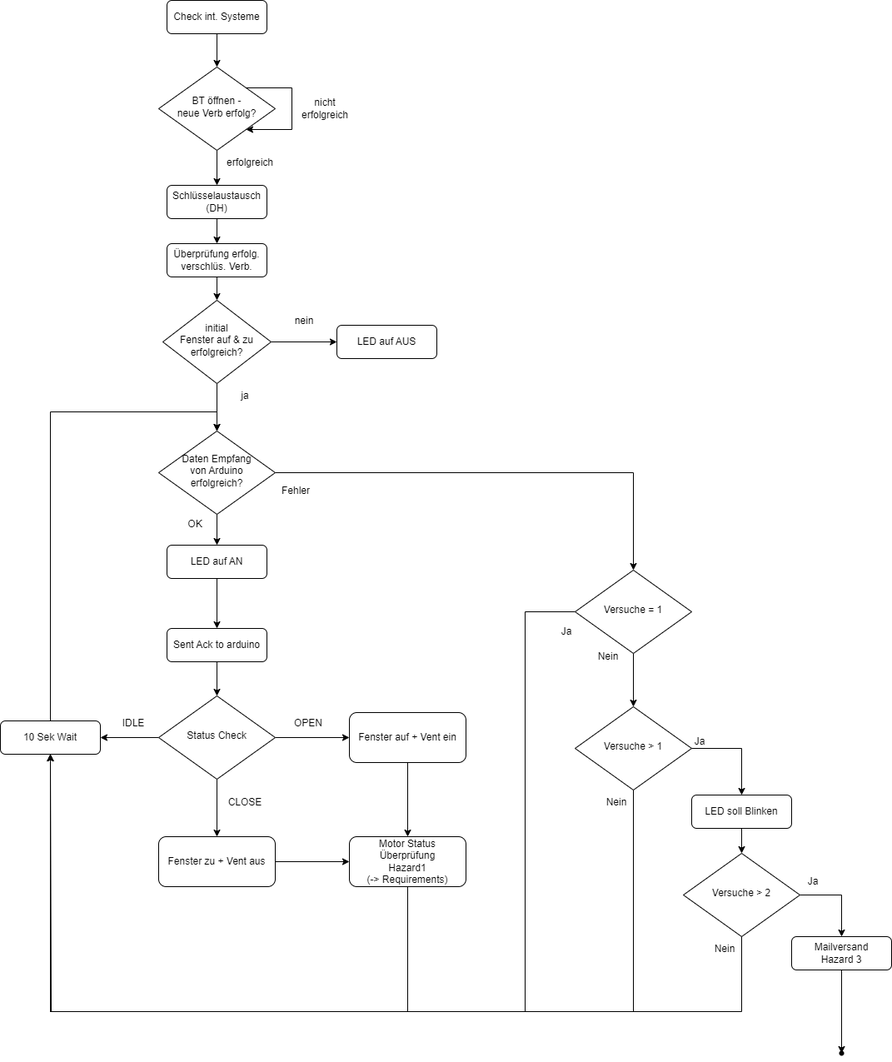
apg1034/RoomVentilation keeps this draw.io diagram as IDP_Designdokument/images/ablaufdiag_pi.drawio.png. Above is the earlier version. Source tidied: cells renumbered, new cells last; positions are measured from the earlier drawing's top-left corner, leaving out a move shared by most shapes.
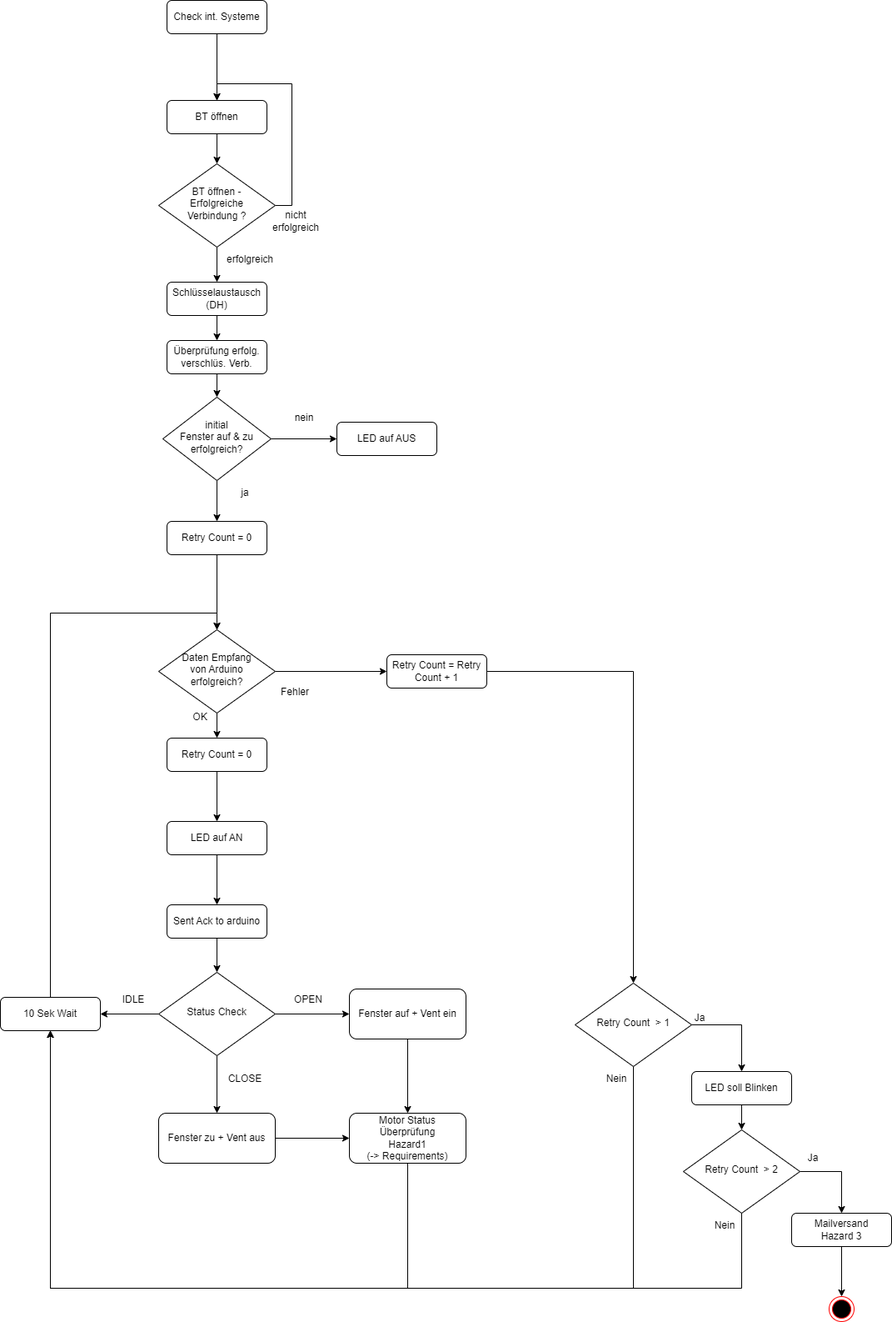
The same file after the commit.

The edit, as a diff of the source:
```diff
@@ -2,62 +2,57 @@
   <root>
     <mxCell id="0" />
     <mxCell id="1" parent="0" />
-    <mxCell id="2" style="edgeStyle=orthogonalEdgeStyle;rounded=0;jettySize=auto;html=1;entryX=0.5;entryY=0;entryDx=0;entryDy=0;" parent="1" edge="1" source="3" target="5">
-      <mxGeometry relative="1" as="geometry" />
-    </mxCell>
+    <mxCell id="63" style="edgeStyle=orthogonalEdgeStyle;rounded=0;jettySize=auto;html=1;" parent="1" edge="1" source="3" target="70">
+      <mxGeometry relative="1" as="geometry" />
+    </mxCell>
     <mxCell id="3" value="Check int. Systeme" style="rounded=1;whiteSpace=wrap;html=1;fontSize=12;glass=0;strokeWidth=1;shadow=0;" parent="1" vertex="1">
-      <mxGeometry x="200" width="120" height="40" as="geometry" />
+      <mxGeometry x="200" y="-331" width="120" height="40" as="geometry" />
     </mxCell>
     <mxCell id="4" style="edgeStyle=orthogonalEdgeStyle;rounded=0;jettySize=auto;html=1;entryX=0.5;entryY=0;entryDx=0;entryDy=0;" parent="1" edge="1" source="5" target="9">
       <mxGeometry relative="1" as="geometry" />
     </mxCell>
+    <mxCell id="64" style="edgeStyle=orthogonalEdgeStyle;rounded=0;jettySize=auto;html=1;entryX=0.5;entryY=0;entryDx=0;entryDy=0;exitX=1;exitY=0.5;exitDx=0;exitDy=0;" parent="1" edge="1" source="5" target="70">
+      <mxGeometry relative="1" as="geometry" />
+    </mxCell>
-    <mxCell id="5" value="BT öffnen - &lt;br&gt;neue Verb erfolg?" style="rhombus;whiteSpace=wrap;html=1;shadow=0;fontFamily=Helvetica;fontSize=12;align=center;strokeWidth=1;spacing=6;spacingTop=-4;" parent="1" vertex="1">
-      <mxGeometry x="190" y="80" width="140" height="100" as="geometry" />
+    <mxCell id="5" value="BT öffnen - &lt;br&gt;Erfolgreiche&lt;br&gt;Verbindung ?" style="rhombus;whiteSpace=wrap;html=1;shadow=0;fontFamily=Helvetica;fontSize=12;align=center;strokeWidth=1;spacing=6;spacingTop=-4;" parent="1" vertex="1">
+      <mxGeometry x="190" y="-135" width="140" height="100" as="geometry" />
     </mxCell>
-    <mxCell id="6" style="edgeStyle=orthogonalEdgeStyle;rounded=0;orthogonalLoop=1;jettySize=auto;html=1;exitX=1;exitY=0;exitDx=0;exitDy=0;entryX=1;entryY=1;entryDx=0;entryDy=0;" parent="1" edge="1" source="5" target="5">
-      <mxGeometry relative="1" as="geometry">
-        <Array as="points">
-          <mxPoint x="350" y="105" />
-          <mxPoint x="350" y="155" />
-        </Array>
-      </mxGeometry>
-    </mxCell>
     <mxCell id="7" value="nicht erfolgreich" style="text;html=1;align=center;verticalAlign=middle;whiteSpace=wrap;rounded=0;" parent="1" vertex="1">
-      <mxGeometry x="360" y="115" width="60" height="30" as="geometry" />
+      <mxGeometry x="325" y="-81" width="60" height="30" as="geometry" />
     </mxCell>
     <mxCell id="8" style="edgeStyle=orthogonalEdgeStyle;rounded=0;jettySize=auto;html=1;entryX=0.5;entryY=0;entryDx=0;entryDy=0;" parent="1" edge="1" source="9" target="11">
       <mxGeometry relative="1" as="geometry" />
     </mxCell>
     <mxCell id="9" value="Schlüsselaustausch (DH)" style="rounded=1;whiteSpace=wrap;html=1;fontSize=12;glass=0;strokeWidth=1;shadow=0;" parent="1" vertex="1">
-      <mxGeometry x="200" y="222" width="120" height="40" as="geometry" />
+      <mxGeometry x="200" y="7" width="120" height="40" as="geometry" />
     </mxCell>
     <mxCell id="10" style="edgeStyle=orthogonalEdgeStyle;rounded=0;jettySize=auto;html=1;entryX=0.5;entryY=0;entryDx=0;entryDy=0;" parent="1" edge="1" source="11" target="37">
       <mxGeometry relative="1" as="geometry" />
     </mxCell>
     <mxCell id="11" value="Überprüfung erfolg. verschlüs. Verb." style="rounded=1;whiteSpace=wrap;html=1;fontSize=12;glass=0;strokeWidth=1;shadow=0;" parent="1" vertex="1">
-      <mxGeometry x="200" y="292" width="120" height="40" as="geometry" />
+      <mxGeometry x="200" y="77" width="120" height="40" as="geometry" />
     </mxCell>
     <mxCell id="12" value="erfolgreich" style="text;html=1;align=center;verticalAlign=middle;whiteSpace=wrap;rounded=0;" parent="1" vertex="1">
-      <mxGeometry x="270" y="180" width="60" height="30" as="geometry" />
+      <mxGeometry x="270" y="-35" width="60" height="30" as="geometry" />
     </mxCell>
-    <mxCell id="13" style="edgeStyle=orthogonalEdgeStyle;rounded=0;jettySize=auto;html=1;entryX=0.5;entryY=0;entryDx=0;entryDy=0;" parent="1" edge="1" source="15" target="48">
+    <mxCell id="13" style="edgeStyle=orthogonalEdgeStyle;rounded=0;jettySize=auto;html=1;entryX=0.5;entryY=0;entryDx=0;entryDy=0;exitX=1;exitY=0.5;exitDx=0;exitDy=0;" parent="1" edge="1" source="76" target="50">
       <mxGeometry relative="1" as="geometry" />
     </mxCell>
-    <mxCell id="14" style="edgeStyle=orthogonalEdgeStyle;rounded=0;jettySize=auto;html=1;" parent="1" edge="1" source="15" target="42">
-      <mxGeometry relative="1" as="geometry" />
-    </mxCell>
+    <mxCell id="65" style="edgeStyle=orthogonalEdgeStyle;rounded=0;jettySize=auto;html=1;" parent="1" edge="1" source="15" target="72">
+      <mxGeometry relative="1" as="geometry" />
+    </mxCell>
+    <mxCell id="66" style="edgeStyle=orthogonalEdgeStyle;rounded=0;jettySize=auto;html=1;entryX=0;entryY=0.5;entryDx=0;entryDy=0;" parent="1" edge="1" source="15" target="76">
+      <mxGeometry relative="1" as="geometry" />
+    </mxCell>
     <mxCell id="15" value="Daten Empfang&lt;br&gt;von Arduino&lt;br&gt;erfolgreich?" style="rhombus;whiteSpace=wrap;html=1;shadow=0;fontFamily=Helvetica;fontSize=12;align=center;strokeWidth=1;spacing=6;spacingTop=-4;" parent="1" vertex="1">
-      <mxGeometry x="190" y="517" width="140" height="100" as="geometry" />
+      <mxGeometry x="190" y="424" width="140" height="100" as="geometry" />
     </mxCell>
     <mxCell id="16" value="Fehler" style="text;html=1;align=center;verticalAlign=middle;whiteSpace=wrap;rounded=0;" parent="1" vertex="1">
-      <mxGeometry x="325" y="574" width="60" height="30" as="geometry" />
+      <mxGeometry x="324" y="484" width="60" height="30" as="geometry" />
     </mxCell>
-    <mxCell id="17" value="Ja" style="text;html=1;align=center;verticalAlign=middle;whiteSpace=wrap;rounded=0;" parent="1" vertex="1">
-      <mxGeometry x="650" y="743" width="60" height="30" as="geometry" />
-    </mxCell>
-    <mxCell id="18" style="edgeStyle=orthogonalEdgeStyle;rounded=0;jettySize=auto;html=1;" parent="1" edge="1" source="19" target="62">
-      <mxGeometry relative="1" as="geometry" />
-    </mxCell>
+    <mxCell id="67" style="edgeStyle=orthogonalEdgeStyle;rounded=0;jettySize=auto;html=1;" parent="1" edge="1" source="19" target="75">
+      <mxGeometry relative="1" as="geometry" />
+    </mxCell>
     <mxCell id="19" value="Mailversand&lt;br&gt;Hazard 3" style="rounded=1;whiteSpace=wrap;html=1;fontSize=12;glass=0;strokeWidth=1;shadow=0;" parent="1" vertex="1">
       <mxGeometry x="950" y="1124" width="120" height="40" as="geometry" />
     </mxCell>
@@ -79,8 +74,8 @@
     <mxCell id="25" style="edgeStyle=orthogonalEdgeStyle;rounded=0;jettySize=auto;html=1;exitX=0.5;exitY=0;exitDx=0;exitDy=0;entryX=0.5;entryY=0;entryDx=0;entryDy=0;" parent="1" edge="1" source="26" target="15">
       <mxGeometry relative="1" as="geometry">
         <Array as="points">
-          <mxPoint x="60" y="494" />
-          <mxPoint x="260" y="494" />
+          <mxPoint x="60" y="404" />
+          <mxPoint x="260" y="404" />
         </Array>
       </mxGeometry>
     </mxCell>
@@ -119,20 +114,20 @@
     <mxCell id="35" style="edgeStyle=orthogonalEdgeStyle;rounded=0;jettySize=auto;html=1;entryX=0;entryY=0.5;entryDx=0;entryDy=0;" parent="1" edge="1" source="37" target="38">
       <mxGeometry relative="1" as="geometry" />
     </mxCell>
-    <mxCell id="36" style="edgeStyle=orthogonalEdgeStyle;rounded=0;jettySize=auto;html=1;" parent="1" edge="1" source="37" target="15">
-      <mxGeometry relative="1" as="geometry" />
-    </mxCell>
+    <mxCell id="68" style="edgeStyle=orthogonalEdgeStyle;rounded=0;jettySize=auto;html=1;" parent="1" edge="1" source="37" target="74">
+      <mxGeometry relative="1" as="geometry" />
+    </mxCell>
     <mxCell id="37" value="initial&lt;br&gt;Fenster auf &amp;amp; zu&lt;br&gt;erfolgreich?" style="rhombus;whiteSpace=wrap;html=1;shadow=0;fontFamily=Helvetica;fontSize=12;align=center;strokeWidth=1;spacing=6;spacingTop=-4;" parent="1" vertex="1">
-      <mxGeometry x="195" y="360" width="130" height="100" as="geometry" />
+      <mxGeometry x="195" y="145" width="130" height="100" as="geometry" />
     </mxCell>
     <mxCell id="38" value="LED auf AUS" style="rounded=1;whiteSpace=wrap;html=1;fontSize=12;glass=0;strokeWidth=1;shadow=0;" parent="1" vertex="1">
-      <mxGeometry x="404" y="390" width="120" height="40" as="geometry" />
+      <mxGeometry x="404" y="175" width="120" height="40" as="geometry" />
     </mxCell>
     <mxCell id="39" value="nein" style="text;html=1;align=center;verticalAlign=middle;whiteSpace=wrap;rounded=0;" parent="1" vertex="1">
-      <mxGeometry x="335" y="370" width="60" height="30" as="geometry" />
+      <mxGeometry x="335" y="155" width="60" height="30" as="geometry" />
     </mxCell>
     <mxCell id="40" value="ja" style="text;html=1;align=center;verticalAlign=middle;whiteSpace=wrap;rounded=0;" parent="1" vertex="1">
-      <mxGeometry x="264" y="460" width="60" height="30" as="geometry" />
+      <mxGeometry x="264" y="245" width="60" height="30" as="geometry" />
     </mxCell>
     <mxCell id="41" style="edgeStyle=orthogonalEdgeStyle;rounded=0;jettySize=auto;html=1;" parent="1" edge="1" source="42" target="44">
       <mxGeometry relative="1" as="geometry" />
@@ -146,15 +141,6 @@
     <mxCell id="44" value="Sent Ack to arduino" style="rounded=1;whiteSpace=wrap;html=1;fontSize=12;glass=0;strokeWidth=1;shadow=0;" parent="1" vertex="1">
       <mxGeometry x="200" y="754" width="120" height="40" as="geometry" />
     </mxCell>
-    <mxCell id="45" style="edgeStyle=orthogonalEdgeStyle;rounded=0;jettySize=auto;html=1;exitX=0;exitY=0.5;exitDx=0;exitDy=0;entryX=0.5;entryY=1;entryDx=0;entryDy=0;" parent="1" edge="1" source="48" target="26">
-      <mxGeometry relative="1" as="geometry">
-        <Array as="points">
-          <mxPoint x="630" y="734" />
-          <mxPoint x="630" y="1214" />
-          <mxPoint x="61" y="1214" />
-        </Array>
-      </mxGeometry>
-    </mxCell>
     <mxCell id="46" style="edgeStyle=orthogonalEdgeStyle;rounded=0;jettySize=auto;html=1;entryX=0.5;entryY=1;entryDx=0;entryDy=0;exitX=0.5;exitY=1;exitDx=0;exitDy=0;" parent="1" edge="1" source="50" target="26">
       <mxGeometry relative="1" as="geometry">
         <Array as="points">
@@ -163,30 +149,18 @@
         </Array>
       </mxGeometry>
     </mxCell>
-    <mxCell id="47" style="edgeStyle=orthogonalEdgeStyle;rounded=0;jettySize=auto;html=1;" parent="1" edge="1" source="48" target="50">
-      <mxGeometry relative="1" as="geometry" />
-    </mxCell>
-    <mxCell id="48" value="Versuche = 1" style="rhombus;whiteSpace=wrap;html=1;shadow=0;fontFamily=Helvetica;fontSize=12;align=center;strokeWidth=1;spacing=6;spacingTop=-4;" parent="1" vertex="1">
-      <mxGeometry x="690" y="684" width="140" height="100" as="geometry" />
-    </mxCell>
     <mxCell id="49" style="edgeStyle=orthogonalEdgeStyle;rounded=0;jettySize=auto;html=1;entryX=0.5;entryY=0;entryDx=0;entryDy=0;exitX=1;exitY=0.5;exitDx=0;exitDy=0;" parent="1" edge="1" source="50" target="58">
       <mxGeometry relative="1" as="geometry" />
     </mxCell>
-    <mxCell id="50" value="Versuche &amp;gt; 1" style="rhombus;whiteSpace=wrap;html=1;shadow=0;fontFamily=Helvetica;fontSize=12;align=center;strokeWidth=1;spacing=6;spacingTop=-4;" parent="1" vertex="1">
+    <mxCell id="50" value="Retry Count&amp;nbsp; &amp;gt; 1" style="rhombus;whiteSpace=wrap;html=1;shadow=0;fontFamily=Helvetica;fontSize=12;align=center;strokeWidth=1;spacing=6;spacingTop=-4;" parent="1" vertex="1">
       <mxGeometry x="690" y="848" width="140" height="100" as="geometry" />
     </mxCell>
     <mxCell id="51" style="edgeStyle=orthogonalEdgeStyle;rounded=0;jettySize=auto;html=1;exitX=1;exitY=0.5;exitDx=0;exitDy=0;" parent="1" edge="1" source="52" target="19">
       <mxGeometry relative="1" as="geometry" />
     </mxCell>
-    <mxCell id="52" value="Versuche &amp;gt; 2" style="rhombus;whiteSpace=wrap;html=1;shadow=0;fontFamily=Helvetica;fontSize=12;align=center;strokeWidth=1;spacing=6;spacingTop=-4;" parent="1" vertex="1">
+    <mxCell id="52" value="Retry Count&amp;nbsp; &amp;gt; 2" style="rhombus;whiteSpace=wrap;html=1;shadow=0;fontFamily=Helvetica;fontSize=12;align=center;strokeWidth=1;spacing=6;spacingTop=-4;" parent="1" vertex="1">
       <mxGeometry x="820" y="1024" width="140" height="100" as="geometry" />
     </mxCell>
-    <mxCell id="53" value="Nein" style="text;html=1;align=center;verticalAlign=middle;whiteSpace=wrap;rounded=0;" parent="1" vertex="1">
-      <mxGeometry x="700" y="773" width="60" height="30" as="geometry" />
-    </mxCell>
-    <mxCell id="54" value="Ja" style="text;html=1;align=center;verticalAlign=middle;whiteSpace=wrap;rounded=0;" parent="1" vertex="1">
-      <mxGeometry x="810" y="875" width="60" height="30" as="geometry" />
-    </mxCell>
     <mxCell id="55" value="Nein" style="text;html=1;align=center;verticalAlign=middle;whiteSpace=wrap;rounded=0;" parent="1" vertex="1">
       <mxGeometry x="710" y="948" width="60" height="30" as="geometry" />
     </mxCell>
@@ -211,10 +185,34 @@
       <mxGeometry x="840" y="1124" width="60" height="30" as="geometry" />
     </mxCell>
     <mxCell id="61" value="OK" style="text;html=1;align=center;verticalAlign=middle;whiteSpace=wrap;rounded=0;" parent="1" vertex="1">
-      <mxGeometry x="204" y="614" width="60" height="30" as="geometry" />
+      <mxGeometry x="210" y="514" width="60" height="30" as="geometry" />
     </mxCell>
-    <mxCell id="62" style="shape=waypoint;sketch=0;size=6;points=[];fillColor=default;perimeter=centerPerimeter;snapToPoint=1;rounded=1;glass=0;strokeWidth=1;shadow=0;" parent="1" vertex="1">
-      <mxGeometry x="1000" y="1254" width="20" height="20" as="geometry" />
-    </mxCell>
+    <mxCell id="69" style="edgeStyle=orthogonalEdgeStyle;rounded=0;jettySize=auto;html=1;" parent="1" edge="1" source="70" target="5">
+      <mxGeometry relative="1" as="geometry" />
+    </mxCell>
+    <mxCell id="70" value="BT öffnen" style="rounded=1;whiteSpace=wrap;html=1;fontSize=12;glass=0;strokeWidth=1;shadow=0;" parent="1" vertex="1">
+      <mxGeometry x="200" y="-211" width="120" height="40" as="geometry" />
+    </mxCell>
+    <mxCell id="71" style="edgeStyle=orthogonalEdgeStyle;rounded=0;jettySize=auto;html=1;" parent="1" edge="1" source="72" target="42">
+      <mxGeometry relative="1" as="geometry" />
+    </mxCell>
+    <mxCell id="72" value="Retry Count = 0" style="rounded=1;whiteSpace=wrap;html=1;fontSize=12;glass=0;strokeWidth=1;shadow=0;" parent="1" vertex="1">
+      <mxGeometry x="200" y="554" width="120" height="40" as="geometry" />
+    </mxCell>
+    <mxCell id="73" style="edgeStyle=orthogonalEdgeStyle;rounded=0;jettySize=auto;html=1;" parent="1" edge="1" source="74" target="15">
+      <mxGeometry relative="1" as="geometry" />
+    </mxCell>
+    <mxCell id="74" value="Retry Count = 0" style="rounded=1;whiteSpace=wrap;html=1;fontSize=12;glass=0;strokeWidth=1;shadow=0;" parent="1" vertex="1">
+      <mxGeometry x="200" y="294" width="120" height="40" as="geometry" />
+    </mxCell>
+    <mxCell id="75" style="ellipse;html=1;shape=endState;fillColor=#000000;strokeColor=#ff0000;" parent="1" vertex="1">
+      <mxGeometry x="995" y="1224" width="30" height="30" as="geometry" />
+    </mxCell>
+    <mxCell id="76" value="Retry Count = Retry Count + 1" style="rounded=1;whiteSpace=wrap;html=1;fontSize=12;glass=0;strokeWidth=1;shadow=0;" parent="1" vertex="1">
+      <mxGeometry x="464" y="454" width="120" height="40" as="geometry" />
+    </mxCell>
+    <mxCell id="54" value="Ja" style="text;html=1;align=center;verticalAlign=middle;whiteSpace=wrap;rounded=0;" parent="1" vertex="1">
+      <mxGeometry x="810" y="875" width="60" height="30" as="geometry" />
+    </mxCell>
   </root>
 </mxGraphModel>
```
